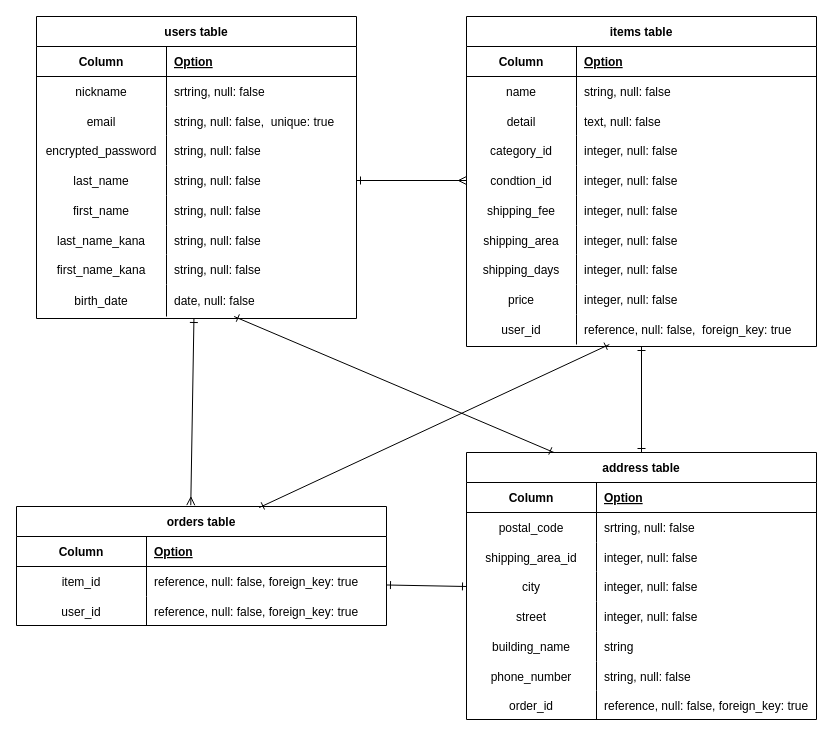
Earlier version of the draw.io diagram test.dio (ralphasinas/furima-38552). Source tidied: cells renumbered, new cells numbered last; positions are measured from the earlier drawing's top-left corner, leaving out a move shared by most shapes. Both pictures are drawn from the tidied source at 100%, with x=0, y=0 at pixel (16, 16).
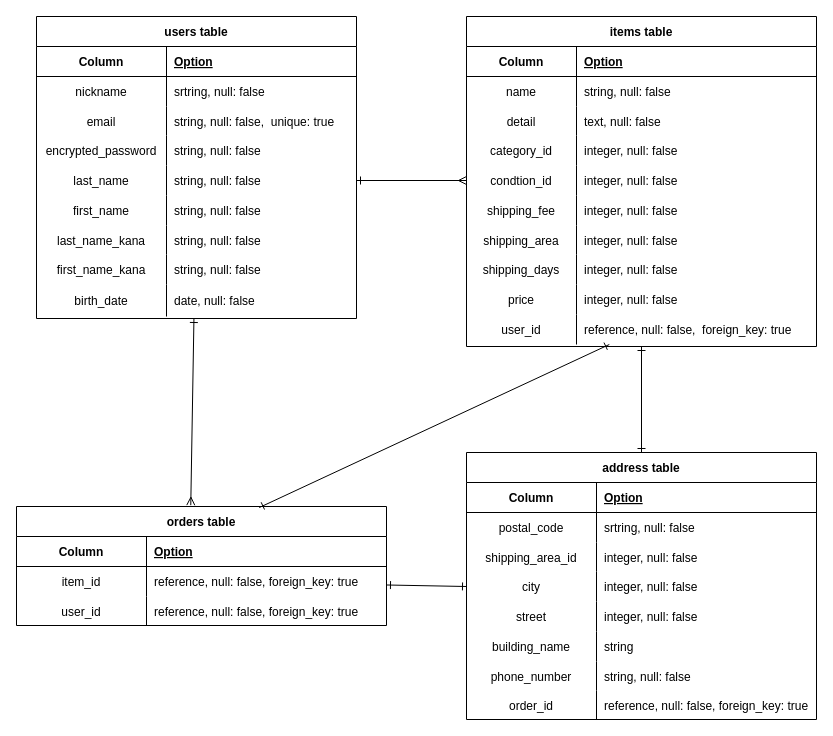
After the change.

The change refers to these unchanged cells:
```xml
<mxCell id="28" style="shape=tableRow;horizontal=0;startSize=0;swimlaneHead=0;swimlaneBody=0;fillColor=none;points=[[0,0.5],[1,0.5]];portConstraint=eastwest;top=0;left=0;right=0;bottom=0;" parent="3" vertex="1">
  <mxGeometry y="268" width="320" height="32" as="geometry" />
</mxCell>
<mxCell id="73" value="address table" style="shape=table;startSize=30;childLayout=tableLayout;rowLines=0;fontStyle=1;align=center;" parent="1" vertex="1">
  <mxGeometry x="450" y="436" width="350" height="267" as="geometry" />
</mxCell>
```

Diff of the diagram source:
```diff
@@
-    <mxCell id="101" style="edgeStyle=none;html=1;entryX=0.25;entryY=0;entryDx=0;entryDy=0;startArrow=ERone;startFill=0;endArrow=ERone;endFill=0;" parent="1" edge="1" source="28" target="73">
-      <mxGeometry relative="1" as="geometry" />
-    </mxCell>
```
